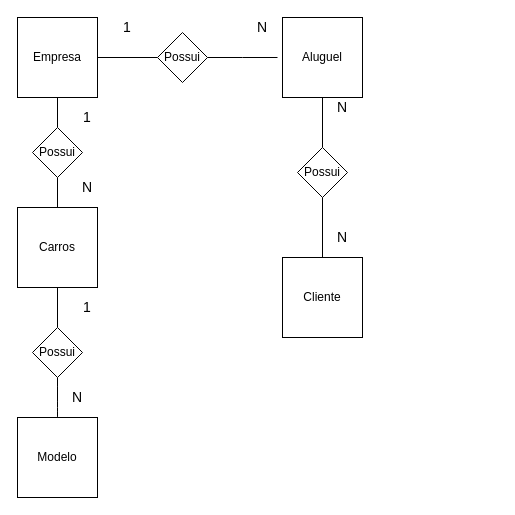
This is page "Page-1" (1 of 2) of Rick´s Cars.drawio from Rodhenrique/Sprint-BD-Senai, a draw.io file, before an edit. Source tidied: cells renumbered, new cells numbered last; positions are measured from the earlier drawing's top-left corner, leaving out a move shared by most shapes. Both pictures are drawn from the tidied source at 100%, with x=0, y=0 at pixel (17, 17).
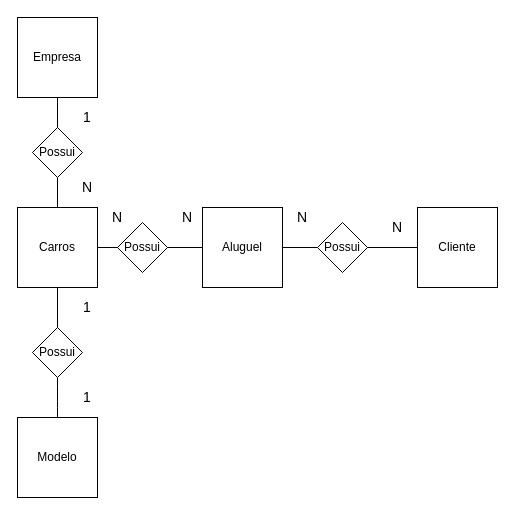
Above is the later version.

The change refers to these unchanged cells:
```xml
<mxCell id="3" value="Empresa" style="whiteSpace=wrap;html=1;" parent="1" vertex="1">
  <mxGeometry width="80" height="80" as="geometry" />
</mxCell>
<mxCell id="6" value="Carros" style="whiteSpace=wrap;html=1;" parent="1" vertex="1">
  <mxGeometry y="190" width="80" height="80" as="geometry" />
</mxCell>
```

Diff of the diagram source:
```diff
@@
-    <mxCell id="2" style="edgeStyle=orthogonalEdgeStyle;rounded=0;jettySize=auto;html=1;entryX=0;entryY=0.5;entryDx=0;entryDy=0;endArrow=none;endFill=0;" parent="1" edge="1" source="3" target="8">
-      <mxGeometry relative="1" as="geometry" />
-    </mxCell>
@@
+    <mxCell id="27" style="edgeStyle=orthogonalEdgeStyle;rounded=0;jettySize=auto;html=1;endArrow=none;endFill=0;" parent="1" edge="1" source="6" target="8">
+      <mxGeometry relative="1" as="geometry" />
+    </mxCell>
@@
-    <mxCell id="7" style="edgeStyle=orthogonalEdgeStyle;rounded=0;jettySize=auto;html=1;endArrow=none;endFill=0;" parent="1" edge="1" source="8">
-      <mxGeometry relative="1" as="geometry">
-        <mxPoint x="260" y="40" as="targetPoint" />
-      </mxGeometry>
-    </mxCell>
     <mxCell id="8" value="Possui" style="rhombus;whiteSpace=wrap;html=1;" parent="1" vertex="1">
-      <mxGeometry x="140" y="15" width="50" height="50" as="geometry" />
+      <mxGeometry x="100" y="205" width="50" height="50" as="geometry" />
     </mxCell>
@@
+    <mxCell id="28" style="edgeStyle=orthogonalEdgeStyle;rounded=0;jettySize=auto;html=1;entryX=1;entryY=0.5;entryDx=0;entryDy=0;endArrow=none;endFill=0;" parent="1" edge="1" source="12" target="8">
+      <mxGeometry relative="1" as="geometry" />
+    </mxCell>
-    <mxCell id="11" style="edgeStyle=orthogonalEdgeStyle;rounded=0;jettySize=auto;html=1;entryX=0.5;entryY=0;entryDx=0;entryDy=0;endArrow=none;endFill=0;" parent="1" edge="1" source="12" target="13">
+    <mxCell id="11" style="edgeStyle=orthogonalEdgeStyle;rounded=0;jettySize=auto;html=1;entryX=0;entryY=0.5;entryDx=0;entryDy=0;endArrow=none;endFill=0;" parent="1" edge="1" source="12" target="13">
       <mxGeometry relative="1" as="geometry" />
     </mxCell>
     <mxCell id="12" value="Aluguel" style="whiteSpace=wrap;html=1;" parent="1" vertex="1">
-      <mxGeometry x="265" width="80" height="80" as="geometry" />
+      <mxGeometry x="185" y="190" width="80" height="80" as="geometry" />
     </mxCell>
     <mxCell id="13" value="Possui" style="rhombus;whiteSpace=wrap;html=1;" parent="1" vertex="1">
-      <mxGeometry x="280" y="130" width="50" height="50" as="geometry" />
+      <mxGeometry x="300" y="205" width="50" height="50" as="geometry" />
     </mxCell>
-    <mxCell id="14" style="edgeStyle=orthogonalEdgeStyle;rounded=0;jettySize=auto;html=1;entryX=0.5;entryY=1;entryDx=0;entryDy=0;endArrow=none;endFill=0;" parent="1" edge="1" source="15" target="13">
+    <mxCell id="14" style="edgeStyle=orthogonalEdgeStyle;rounded=0;jettySize=auto;html=1;entryX=1;entryY=0.5;entryDx=0;entryDy=0;endArrow=none;endFill=0;" parent="1" edge="1" source="15" target="13">
       <mxGeometry relative="1" as="geometry" />
     </mxCell>
     <mxCell id="15" value="Cliente" style="whiteSpace=wrap;html=1;" parent="1" vertex="1">
-      <mxGeometry x="265" y="240" width="80" height="80" as="geometry" />
+      <mxGeometry x="400" y="190" width="80" height="80" as="geometry" />
     </mxCell>
@@
-    <mxCell id="18" value="&lt;font style=&quot;font-size: 14px&quot;&gt;1&lt;/font&gt;" style="text;html=1;strokeColor=none;fillColor=none;align=center;verticalAlign=middle;whiteSpace=wrap;rounded=0;" parent="1" vertex="1">
-      <mxGeometry x="90" width="40" height="20" as="geometry" />
-    </mxCell>
     <mxCell id="19" value="&lt;font style=&quot;font-size: 14px&quot;&gt;N&lt;/font&gt;" style="text;html=1;strokeColor=none;fillColor=none;align=center;verticalAlign=middle;whiteSpace=wrap;rounded=0;" parent="1" vertex="1">
-      <mxGeometry x="225" width="40" height="20" as="geometry" />
+      <mxGeometry x="80" y="190" width="40" height="20" as="geometry" />
     </mxCell>
     <mxCell id="20" value="&lt;font style=&quot;font-size: 14px&quot;&gt;N&lt;/font&gt;" style="text;html=1;strokeColor=none;fillColor=none;align=center;verticalAlign=middle;whiteSpace=wrap;rounded=0;" parent="1" vertex="1">
-      <mxGeometry x="305" y="210" width="40" height="20" as="geometry" />
+      <mxGeometry x="360" y="200" width="40" height="20" as="geometry" />
     </mxCell>
     <mxCell id="21" value="&lt;font style=&quot;font-size: 14px&quot;&gt;N&lt;/font&gt;" style="text;html=1;strokeColor=none;fillColor=none;align=center;verticalAlign=middle;whiteSpace=wrap;rounded=0;" parent="1" vertex="1">
-      <mxGeometry x="305" y="80" width="40" height="20" as="geometry" />
+      <mxGeometry x="150" y="190" width="40" height="20" as="geometry" />
     </mxCell>
@@
+    <mxCell id="26" value="&lt;font style=&quot;font-size: 14px&quot;&gt;1&lt;/font&gt;" style="text;html=1;strokeColor=none;fillColor=none;align=center;verticalAlign=middle;whiteSpace=wrap;rounded=0;" parent="1" vertex="1">
+      <mxGeometry x="50" y="280" width="40" height="20" as="geometry" />
+    </mxCell>
+    <mxCell id="18" value="&lt;font style=&quot;font-size: 14px&quot;&gt;1&lt;/font&gt;" style="text;html=1;strokeColor=none;fillColor=none;align=center;verticalAlign=middle;whiteSpace=wrap;rounded=0;" parent="1" vertex="1">
+      <mxGeometry x="50" y="370" width="40" height="20" as="geometry" />
+    </mxCell>
     <mxCell id="25" value="&lt;font style=&quot;font-size: 14px&quot;&gt;N&lt;/font&gt;" style="text;html=1;strokeColor=none;fillColor=none;align=center;verticalAlign=middle;whiteSpace=wrap;rounded=0;" parent="1" vertex="1">
-      <mxGeometry x="40" y="370" width="40" height="20" as="geometry" />
+      <mxGeometry x="265" y="190" width="40" height="20" as="geometry" />
     </mxCell>
-    <mxCell id="26" value="&lt;font style=&quot;font-size: 14px&quot;&gt;1&lt;/font&gt;" style="text;html=1;strokeColor=none;fillColor=none;align=center;verticalAlign=middle;whiteSpace=wrap;rounded=0;" parent="1" vertex="1">
-      <mxGeometry x="50" y="280" width="40" height="20" as="geometry" />
-    </mxCell>
```
